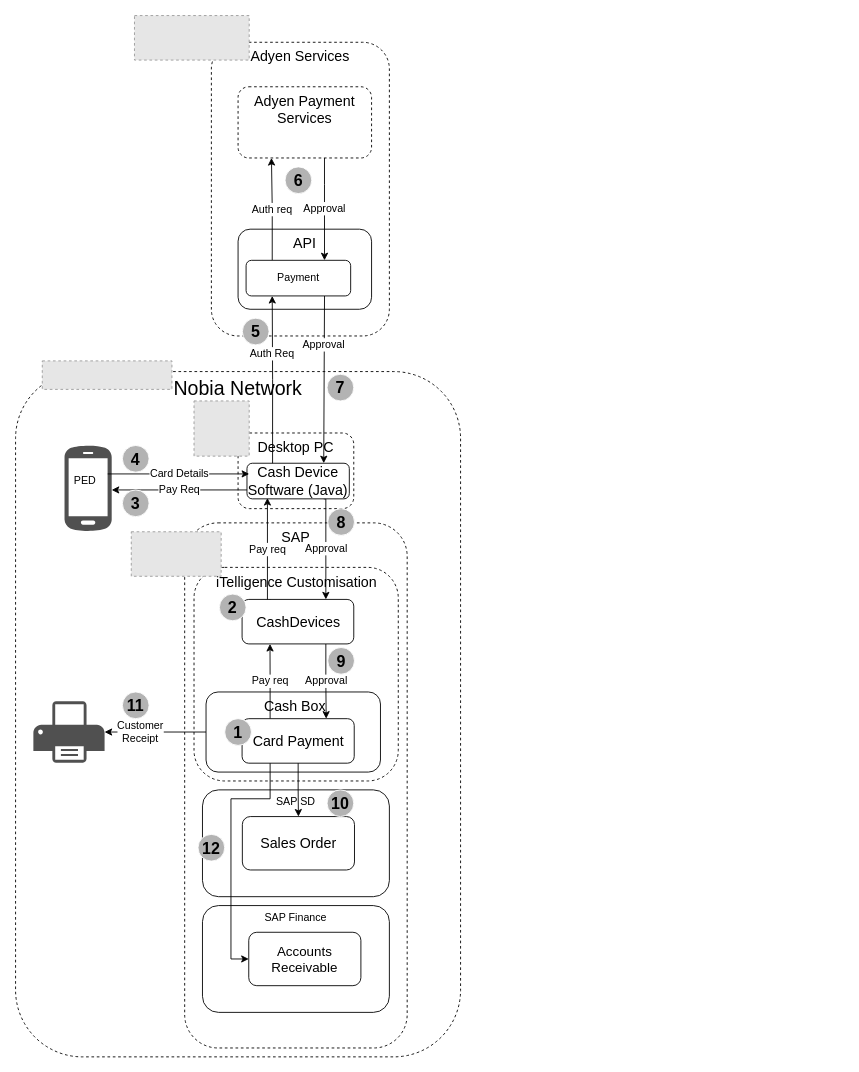
The draw.io diagram page "Card- PED" (1 of 7) of Adyen Details.drawio in mrf742002/Diagrams, before the edit. Source tidied: cells renumbered, new cells numbered last; positions are measured from the earlier drawing's top-left corner, leaving out a move shared by most shapes. Both pictures are drawn from the tidied source at 89%, with x=0, y=0 at pixel (15, 15). Pictures stored in the file or linked from it are replaced by grey dashed boxes.
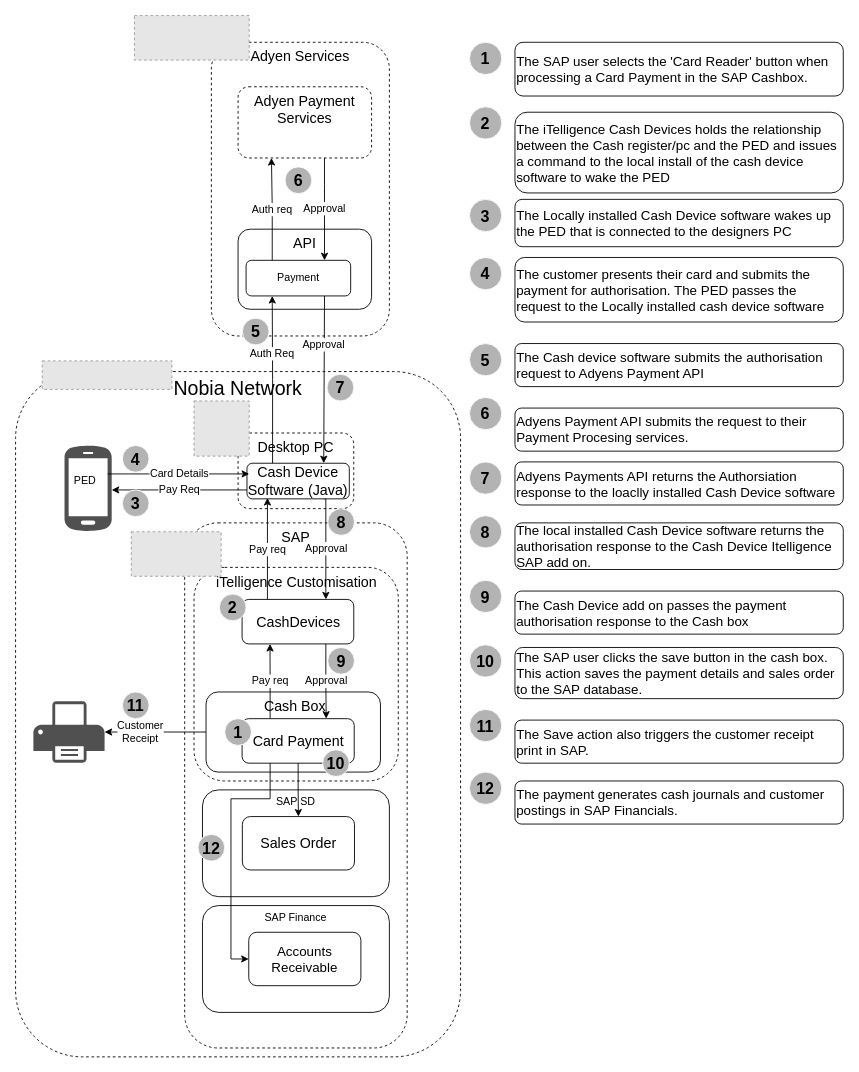
The same page after the edit.

Change to the diagram source:
```diff
@@
     <mxCell id="49" value="&lt;span style=&quot;font-size: 18px&quot;&gt;&lt;b&gt;10&lt;/b&gt;&lt;/span&gt;" style="ellipse;whiteSpace=wrap;html=1;strokeColor=#FFFFFF;fillColor=#B3B3B3;fontSize=20;" parent="1" vertex="1">
-      <mxGeometry x="350" y="870" width="30" height="30" as="geometry" />
+      <mxGeometry x="345" y="825" width="30" height="30" as="geometry" />
     </mxCell>
@@
+    <mxCell id="52" value="&lt;span style=&quot;font-size: 18px&quot;&gt;&lt;b&gt;1&lt;/b&gt;&lt;/span&gt;" style="ellipse;whiteSpace=wrap;html=1;strokeColor=#FFFFFF;fillColor=#B3B3B3;fontSize=20;" parent="1" vertex="1">
+      <mxGeometry x="510" y="30" width="36.3" height="36.3" as="geometry" />
+    </mxCell>
+    <mxCell id="53" value="The SAP user selects the 'Card Reader' button when processing a Card Payment in the SAP Cashbox." style="rounded=1;whiteSpace=wrap;html=1;align=left;fontSize=15;" parent="1" vertex="1">
+      <mxGeometry x="561.1" y="30" width="368.9" height="60.4" as="geometry" />
+    </mxCell>
+    <mxCell id="54" value="&lt;span style=&quot;font-size: 18px&quot;&gt;&lt;b&gt;2&lt;/b&gt;&lt;/span&gt;" style="ellipse;whiteSpace=wrap;html=1;strokeColor=#FFFFFF;fillColor=#B3B3B3;fontSize=20;" parent="1" vertex="1">
+      <mxGeometry x="510" y="102.5" width="36.3" height="36.3" as="geometry" />
+    </mxCell>
+    <mxCell id="55" value="The iTelligence Cash Devices holds the relationship between the Cash register/pc and the PED and issues a command to the local install of the cash device software to wake the PED" style="rounded=1;whiteSpace=wrap;html=1;align=left;fontSize=15;" parent="1" vertex="1">
+      <mxGeometry x="561.1" y="108.6" width="368.9" height="90.7" as="geometry" />
+    </mxCell>
+    <mxCell id="56" value="&lt;span style=&quot;font-size: 18px&quot;&gt;&lt;b&gt;3&lt;/b&gt;&lt;/span&gt;" style="ellipse;whiteSpace=wrap;html=1;strokeColor=#FFFFFF;fillColor=#B3B3B3;fontSize=20;" parent="1" vertex="1">
+      <mxGeometry x="510" y="206.5" width="36.3" height="36.3" as="geometry" />
+    </mxCell>
+    <mxCell id="57" value="The Locally installed Cash Device software wakes up the PED that is connected to the designers PC" style="rounded=1;whiteSpace=wrap;html=1;align=left;fontSize=15;" parent="1" vertex="1">
+      <mxGeometry x="561.1" y="206.5" width="368.9" height="53.2" as="geometry" />
+    </mxCell>
+    <mxCell id="58" value="The customer presents their card and submits the payment for authorisation. The PED passes the request to the Locally installed cash device software" style="rounded=1;whiteSpace=wrap;html=1;align=left;fontSize=15;" parent="1" vertex="1">
+      <mxGeometry x="561.1" y="271.8" width="368.9" height="72.5" as="geometry" />
+    </mxCell>
+    <mxCell id="59" value="&lt;span style=&quot;font-size: 18px&quot;&gt;&lt;b&gt;4&lt;/b&gt;&lt;/span&gt;" style="ellipse;whiteSpace=wrap;html=1;strokeColor=#FFFFFF;fillColor=#B3B3B3;fontSize=20;" parent="1" vertex="1">
+      <mxGeometry x="510" y="271.8" width="36.3" height="36.3" as="geometry" />
+    </mxCell>
+    <mxCell id="60" value="The Cash device software submits the authorisation request to Adyens Payment API" style="rounded=1;whiteSpace=wrap;html=1;align=left;fontSize=15;" parent="1" vertex="1">
+      <mxGeometry x="561.1" y="368.5" width="368.9" height="48.4" as="geometry" />
+    </mxCell>
+    <mxCell id="61" value="&lt;span style=&quot;font-size: 18px&quot;&gt;&lt;b&gt;5&lt;/b&gt;&lt;/span&gt;" style="ellipse;whiteSpace=wrap;html=1;strokeColor=#FFFFFF;fillColor=#B3B3B3;fontSize=20;" parent="1" vertex="1">
+      <mxGeometry x="510" y="368.5" width="36.3" height="36.3" as="geometry" />
+    </mxCell>
+    <mxCell id="62" value="Adyens Payments API returns the Authorsiation response to the loaclly installed Cash Device software" style="rounded=1;whiteSpace=wrap;html=1;align=left;fontSize=15;" parent="1" vertex="1">
+      <mxGeometry x="561.1" y="501.5" width="368.9" height="48.4" as="geometry" />
+    </mxCell>
+    <mxCell id="63" value="&lt;span style=&quot;font-size: 18px&quot;&gt;&lt;b&gt;6&lt;/b&gt;&lt;/span&gt;" style="ellipse;whiteSpace=wrap;html=1;strokeColor=#FFFFFF;fillColor=#B3B3B3;fontSize=20;" parent="1" vertex="1">
+      <mxGeometry x="510" y="429" width="36.3" height="36.3" as="geometry" />
+    </mxCell>
+    <mxCell id="64" value="Adyens Payment API submits the request to their Payment Procesing services." style="rounded=1;whiteSpace=wrap;html=1;align=left;fontSize=15;" parent="1" vertex="1">
+      <mxGeometry x="561.1" y="441" width="368.9" height="48.4" as="geometry" />
+    </mxCell>
+    <mxCell id="65" value="&lt;span style=&quot;font-size: 18px&quot;&gt;&lt;b&gt;7&lt;/b&gt;&lt;/span&gt;" style="ellipse;whiteSpace=wrap;html=1;strokeColor=#FFFFFF;fillColor=#B3B3B3;fontSize=20;" parent="1" vertex="1">
+      <mxGeometry x="510" y="501.5" width="36.3" height="36.3" as="geometry" />
+    </mxCell>
+    <mxCell id="66" value="The local installed Cash Device software returns the authorisation response to the Cash Device Itelligence SAP add on." style="rounded=1;whiteSpace=wrap;html=1;align=left;fontSize=15;" parent="1" vertex="1">
+      <mxGeometry x="561.1" y="570" width="368.9" height="52.4" as="geometry" />
+    </mxCell>
+    <mxCell id="67" value="&lt;span style=&quot;font-size: 18px&quot;&gt;&lt;b&gt;8&lt;/b&gt;&lt;/span&gt;" style="ellipse;whiteSpace=wrap;html=1;strokeColor=#FFFFFF;fillColor=#B3B3B3;fontSize=20;" parent="1" vertex="1">
+      <mxGeometry x="510" y="561.9" width="36.3" height="36.3" as="geometry" />
+    </mxCell>
+    <mxCell id="68" value="The Cash Device add on passes the payment authorisation response to the Cash box" style="rounded=1;whiteSpace=wrap;html=1;align=left;fontSize=15;" parent="1" vertex="1">
+      <mxGeometry x="561.1" y="646.6" width="368.9" height="48.4" as="geometry" />
+    </mxCell>
+    <mxCell id="69" value="&lt;span style=&quot;font-size: 18px&quot;&gt;&lt;b&gt;9&lt;/b&gt;&lt;/span&gt;" style="ellipse;whiteSpace=wrap;html=1;strokeColor=#FFFFFF;fillColor=#B3B3B3;fontSize=20;" parent="1" vertex="1">
+      <mxGeometry x="510" y="634.5" width="36.3" height="36.3" as="geometry" />
+    </mxCell>
+    <mxCell id="70" value="The SAP user clicks the save button in the cash box. This action saves the payment details and sales order to the SAP database." style="rounded=1;whiteSpace=wrap;html=1;align=left;fontSize=15;" parent="1" vertex="1">
+      <mxGeometry x="561.1" y="710" width="368.9" height="57.5" as="geometry" />
+    </mxCell>
+    <mxCell id="71" value="&lt;span style=&quot;font-size: 18px&quot;&gt;&lt;b&gt;10&lt;/b&gt;&lt;/span&gt;" style="ellipse;whiteSpace=wrap;html=1;strokeColor=#FFFFFF;fillColor=#B3B3B3;fontSize=20;" parent="1" vertex="1">
+      <mxGeometry x="510" y="707" width="36.3" height="36.3" as="geometry" />
+    </mxCell>
+    <mxCell id="72" value="The Save action also triggers the customer receipt print in SAP." style="rounded=1;whiteSpace=wrap;html=1;align=left;fontSize=15;" parent="1" vertex="1">
+      <mxGeometry x="561.1" y="791.6" width="368.9" height="48.4" as="geometry" />
+    </mxCell>
+    <mxCell id="73" value="&lt;span style=&quot;font-size: 18px&quot;&gt;&lt;b&gt;11&lt;/b&gt;&lt;/span&gt;" style="ellipse;whiteSpace=wrap;html=1;strokeColor=#FFFFFF;fillColor=#B3B3B3;fontSize=20;" parent="1" vertex="1">
+      <mxGeometry x="510" y="779.6" width="36.3" height="36.3" as="geometry" />
+    </mxCell>
+    <mxCell id="74" value="The payment generates cash journals and customer postings in SAP Financials." style="rounded=1;whiteSpace=wrap;html=1;align=left;fontSize=15;" parent="1" vertex="1">
+      <mxGeometry x="561.1" y="860" width="368.9" height="48.4" as="geometry" />
+    </mxCell>
+    <mxCell id="75" value="&lt;span style=&quot;font-size: 18px&quot;&gt;&lt;b&gt;12&lt;/b&gt;&lt;/span&gt;" style="ellipse;whiteSpace=wrap;html=1;strokeColor=#FFFFFF;fillColor=#B3B3B3;fontSize=20;" parent="1" vertex="1">
+      <mxGeometry x="510" y="850" width="36.3" height="36.3" as="geometry" />
+    </mxCell>
```
